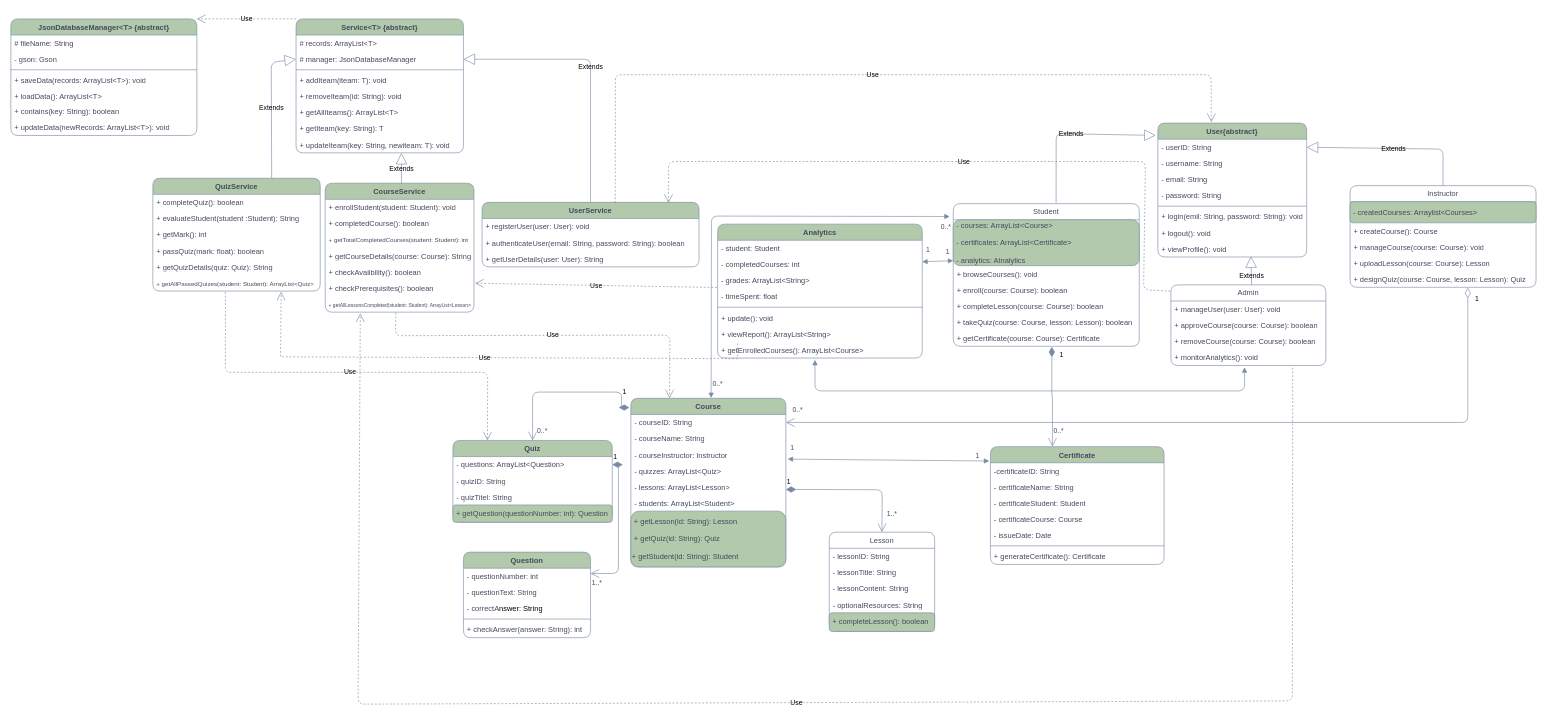
This is Class diagram/class Diagram.drawio from sarazaghlool05/lab6, a draw.io file, before an edit. Source tidied: cells renumbered, new cells numbered last; positions are measured from the earlier drawing's top-left corner, leaving out a move shared by most shapes. Both pictures are drawn from the tidied source at 62%, with x=0, y=0 at pixel (11, 19).
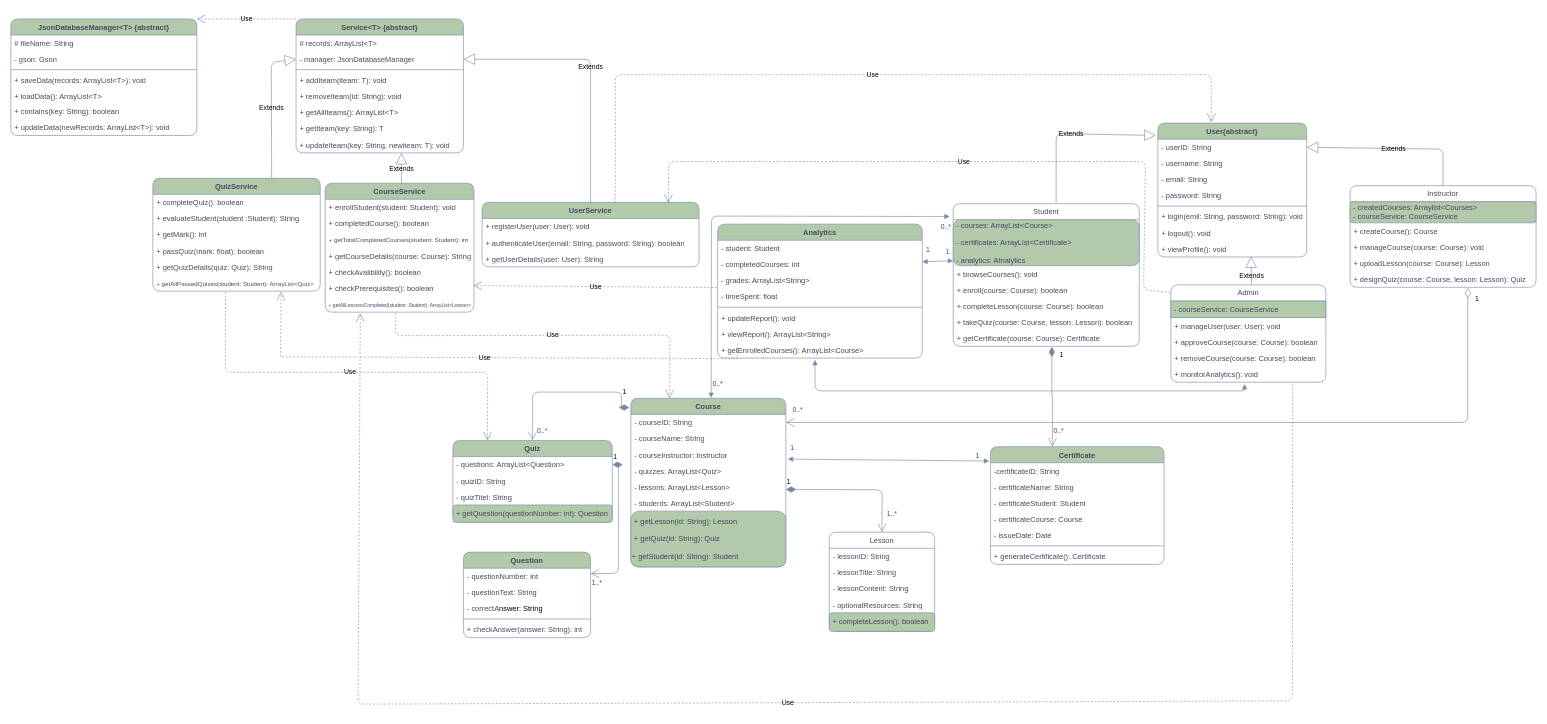
The same page after the edit.

Unchanged cells that the change refers to:
```xml
<mxCell id="21" value="Analytics" style="swimlane;fontStyle=1;align=center;verticalAlign=top;horizontal=1;startSize=26;whiteSpace=wrap;html=1;labelBackgroundColor=none;rounded=1;fillColor=#B2C9AB;strokeColor=#788AA3;fontColor=#46495D;" parent="1" vertex="1">
  <mxGeometry x="1140" y="331" width="330" height="216" as="geometry" />
</mxCell>
<mxCell id="24" value="- grades: ArrayList&amp;lt;String&amp;gt;" style="text;strokeColor=none;fillColor=none;align=left;verticalAlign=top;spacingLeft=4;spacingRight=4;overflow=hidden;points=[[0,0.5],[1,0.5]];portConstraint=eastwest;whiteSpace=wrap;html=1;labelBackgroundColor=none;rounded=1;fontColor=#46495D;" parent="21" vertex="1">
  <mxGeometry y="78" width="330" height="26" as="geometry" />
</mxCell>
<mxCell id="42" value="Service&amp;lt;T&amp;gt; {abstract}" style="swimlane;fontStyle=1;align=center;verticalAlign=top;horizontal=1;startSize=26;whiteSpace=wrap;html=1;labelBackgroundColor=none;rounded=1;fillColor=#B2C9AB;strokeColor=#788AA3;fontColor=#46495D;" parent="1" vertex="1">
  <mxGeometry x="460" width="270" height="216" as="geometry" />
</mxCell>
<mxCell id="64" value="Instructor" style="swimlane;fontStyle=0;horizontal=1;startSize=26;fillColor=none;whiteSpace=wrap;html=1;labelBackgroundColor=none;rounded=1;strokeColor=#788AA3;fontColor=#46495D;" parent="1" vertex="1">
  <mxGeometry x="2160" y="268.9" width="300" height="164" as="geometry" />
</mxCell>
<mxCell id="112" value="+ checkPrerequisites(): boolean" style="text;strokeColor=none;fillColor=none;align=left;verticalAlign=top;spacingLeft=4;spacingRight=4;overflow=hidden;points=[[0,0.5],[1,0.5]];portConstraint=eastwest;whiteSpace=wrap;html=1;labelBackgroundColor=none;rounded=1;fontColor=#46495D;" parent="106" vertex="1">
  <mxGeometry y="156" width="240" height="26" as="geometry" />
</mxCell>
```

The edit, as a diff of the source:
```diff
@@
-    <mxCell id="27" value="+ update(): void" style="text;strokeColor=none;fillColor=none;align=left;verticalAlign=top;spacingLeft=4;spacingRight=4;overflow=hidden;whiteSpace=wrap;html=1;labelBackgroundColor=none;rounded=1;fontColor=#46495D;" parent="21" vertex="1">
+    <mxCell id="27" value="+ updateReport(): void" style="text;strokeColor=none;fillColor=none;align=left;verticalAlign=top;spacingLeft=4;spacingRight=4;overflow=hidden;whiteSpace=wrap;html=1;labelBackgroundColor=none;rounded=1;fontColor=#46495D;" parent="21" vertex="1">
       <mxGeometry y="138" width="330" height="26" as="geometry" />
     </mxCell>
@@
-    <mxCell id="44" value="# manager: JsonDatabaseManager" style="text;strokeColor=none;fillColor=none;align=left;verticalAlign=top;spacingLeft=4;spacingRight=4;overflow=hidden;points=[[0,0.5],[1,0.5]];portConstraint=eastwest;whiteSpace=wrap;html=1;labelBackgroundColor=none;rounded=1;fontColor=#46495D;" parent="42" vertex="1">
+    <mxCell id="44" value="- manager: JsonDatabaseManager" style="text;strokeColor=none;fillColor=none;align=left;verticalAlign=top;spacingLeft=4;spacingRight=4;overflow=hidden;points=[[0,0.5],[1,0.5]];portConstraint=eastwest;whiteSpace=wrap;html=1;labelBackgroundColor=none;rounded=1;fontColor=#46495D;" parent="42" vertex="1">
       <mxGeometry y="52" width="270" height="26" as="geometry" />
     </mxCell>
@@
-    <mxCell id="65" value="&amp;nbsp;- createdCourses: Arraylist&amp;lt;Courses&amp;gt;" style="whiteSpace=wrap;html=1;align=left;labelBackgroundColor=none;rounded=1;fillColor=#B2C9AB;strokeColor=#788AA3;fontColor=#46495D;" parent="64" vertex="1">
+    <mxCell id="65" value="&amp;nbsp;- createdCourses: Arraylist&amp;lt;Courses&amp;gt;&lt;div&gt;&amp;nbsp;- courseService: CourseService&lt;/div&gt;" style="whiteSpace=wrap;html=1;align=left;labelBackgroundColor=none;rounded=1;fillColor=#B2C9AB;strokeColor=#788AA3;fontColor=#46495D;" parent="64" vertex="1">
       <mxGeometry y="26" width="300" height="34" as="geometry" />
     </mxCell>
@@
     <mxCell id="70" value="Admin" style="swimlane;fontStyle=0;horizontal=1;startSize=26;fillColor=none;whiteSpace=wrap;html=1;labelBackgroundColor=none;rounded=1;strokeColor=#788AA3;fontColor=#46495D;" parent="1" vertex="1">
-      <mxGeometry x="1871" y="429" width="250" height="130" as="geometry" />
+      <mxGeometry x="1871" y="429" width="250" height="157" as="geometry" />
     </mxCell>
+    <mxCell id="141" value="&amp;nbsp;- courseService: CourseService" style="whiteSpace=wrap;html=1;align=left;fillColor=#B2C9AB;fontColor=#46495D;strokeColor=#788AA3;labelBackgroundColor=none;" parent="70" vertex="1">
+      <mxGeometry y="26" width="250" height="27" as="geometry" />
+    </mxCell>
     <mxCell id="71" value="+ manageUser(user: User): void" style="text;strokeColor=none;fillColor=none;align=left;verticalAlign=top;spacingLeft=4;spacingRight=4;overflow=hidden;whiteSpace=wrap;html=1;labelBackgroundColor=none;rounded=1;fontColor=#46495D;" parent="70" vertex="1">
-      <mxGeometry y="26" width="250" height="26" as="geometry" />
+      <mxGeometry y="53" width="250" height="26" as="geometry" />
     </mxCell>
     <mxCell id="72" value="+ approveCourse(course: Course): boolean" style="text;strokeColor=none;fillColor=none;align=left;verticalAlign=top;spacingLeft=4;spacingRight=4;overflow=hidden;whiteSpace=wrap;html=1;labelBackgroundColor=none;rounded=1;fontColor=#46495D;" parent="70" vertex="1">
-      <mxGeometry y="52" width="250" height="26" as="geometry" />
+      <mxGeometry y="79" width="250" height="26" as="geometry" />
     </mxCell>
     <mxCell id="73" value="+ removeCourse(course: Course): boolean" style="text;strokeColor=none;fillColor=none;align=left;verticalAlign=top;spacingLeft=4;spacingRight=4;overflow=hidden;whiteSpace=wrap;html=1;labelBackgroundColor=none;rounded=1;fontColor=#46495D;" parent="70" vertex="1">
-      <mxGeometry y="78" width="250" height="26" as="geometry" />
+      <mxGeometry y="105" width="250" height="26" as="geometry" />
     </mxCell>
     <mxCell id="74" value="+ monitorAnalytics(): void" style="text;strokeColor=none;fillColor=none;align=left;verticalAlign=top;spacingLeft=4;spacingRight=4;overflow=hidden;points=[[0,0.5],[1,0.5]];portConstraint=eastwest;whiteSpace=wrap;html=1;labelBackgroundColor=none;rounded=1;fontColor=#46495D;" parent="70" vertex="1">
-      <mxGeometry y="104" width="250" height="26" as="geometry" />
+      <mxGeometry y="131" width="250" height="26" as="geometry" />
     </mxCell>
@@
-    <mxCell id="140" value="Use" style="endArrow=open;endSize=12;dashed=1;html=1;rounded=0;strokeColor=#788AA3;fontColor=default;fillColor=#B2C9AB;exitX=-0.004;exitY=0.933;exitDx=0;exitDy=0;exitPerimeter=0;entryX=1.007;entryY=0.202;entryDx=0;entryDy=0;labelBackgroundColor=none;entryPerimeter=0;" parent="1" edge="1" source="24" target="112">
+    <mxCell id="140" value="Use" style="endArrow=open;endSize=12;dashed=1;html=1;rounded=0;strokeColor=#788AA3;fontColor=default;fillColor=#B2C9AB;exitX=-0.004;exitY=0.933;exitDx=0;exitDy=0;exitPerimeter=0;entryX=0.996;entryY=0.354;entryDx=0;entryDy=0;labelBackgroundColor=none;entryPerimeter=0;" parent="1" edge="1" source="24" target="112">
       <mxGeometry relative="1" as="geometry" />
     </mxCell>
```
